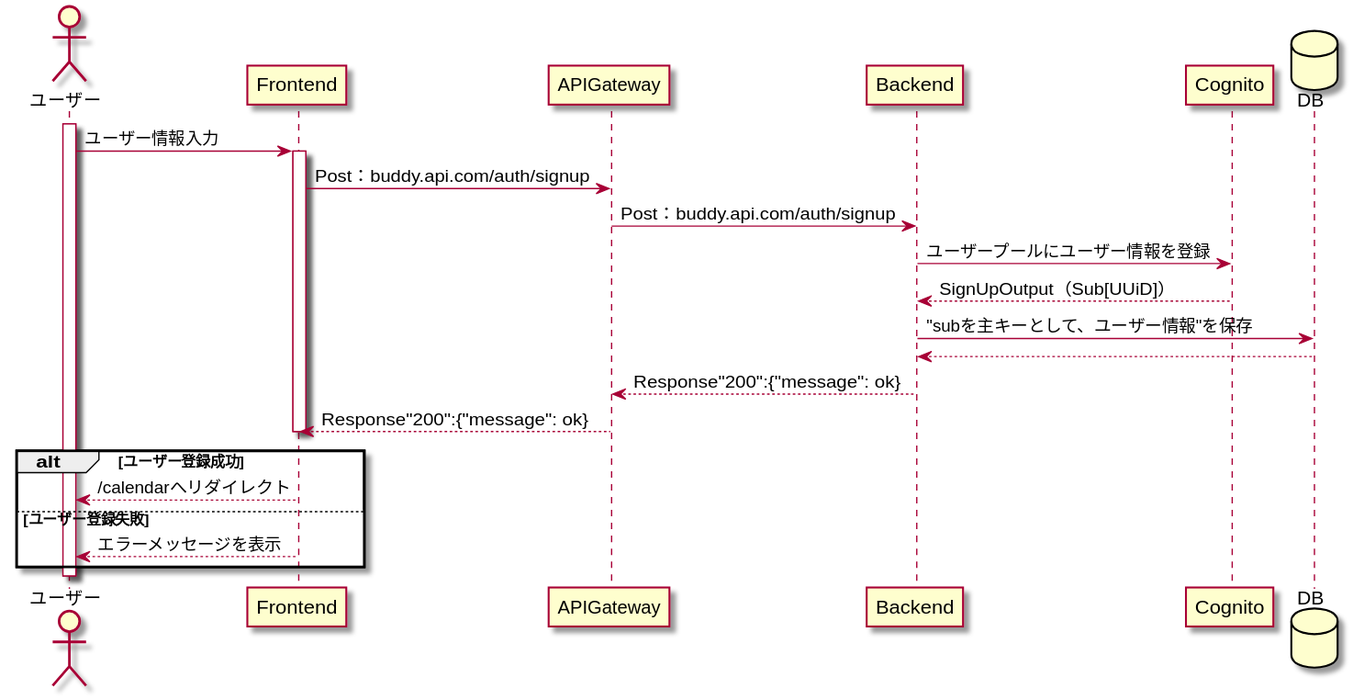
Fukuemon/buddy_design_docs keeps this PlantUML diagram as src/diagrams-svg/Sequence/Auth/SignUp.svg. Above is the earlier version.
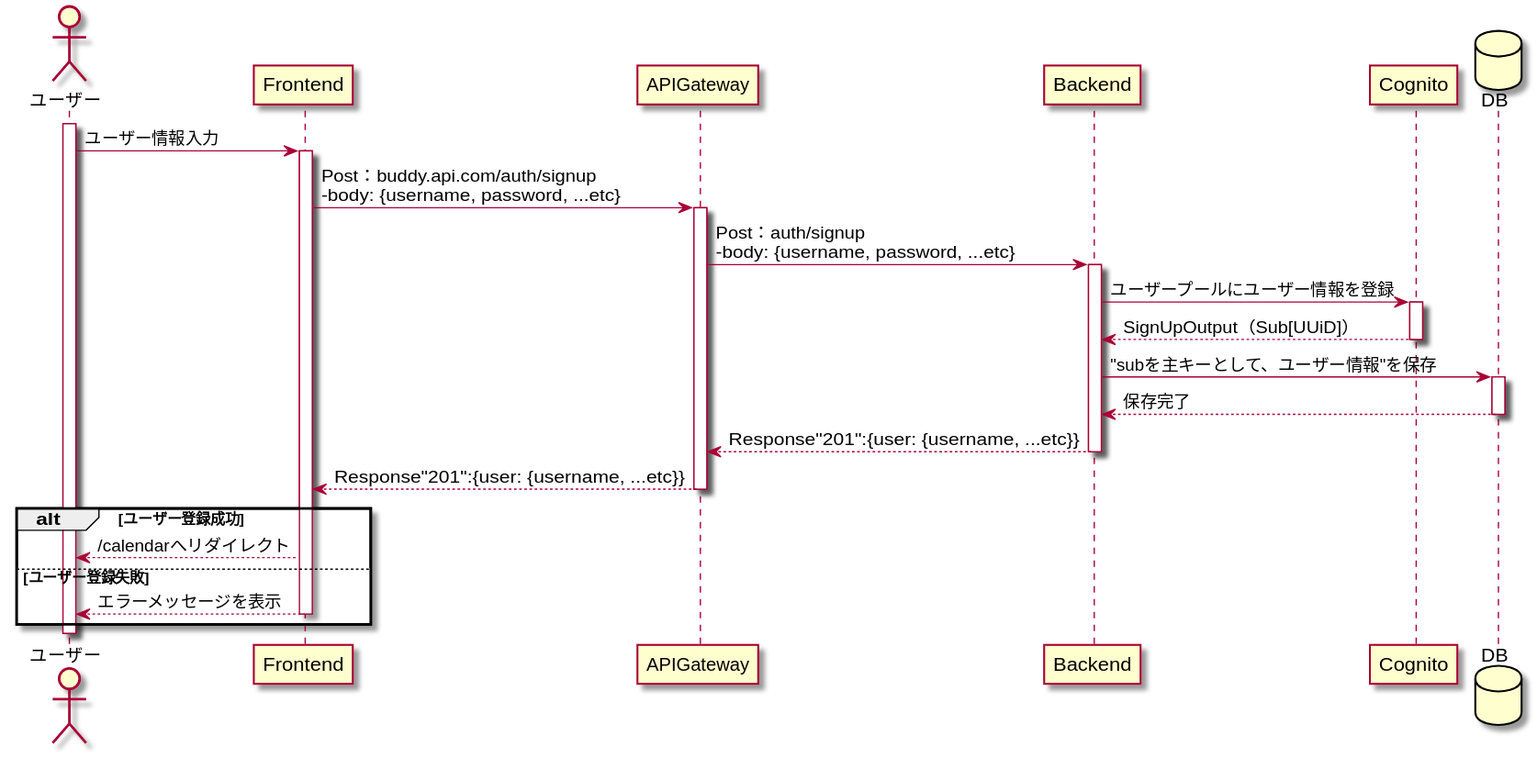
The same diagram one commit later.

What changed in the source:
```diff
@@ -9,19 +9,32 @@
 activate ユーザー
 ユーザー -> Front: ユーザー情報入力
 activate Front
-Front -> Gateway: Post：buddy.api.com/auth/signup
-Gateway -> Back: Post：buddy.api.com/auth/signup
+Front -> Gateway: Post：buddy.api.com/auth/signup \n-body: {username, password, ...etc}
+
+activate Gateway
+Gateway -> Back: Post：auth/signup \n-body: {username, password, ...etc}
+
+activate Back
 Back -> Cognito: ユーザープールにユーザー情報を登録
+
+activate Cognito
 Cognito --> Back: SignUpOutput（Sub[UUiD]）
+deactivate Cognito
+
 Back -> DB: "subを主キーとして、ユーザー情報"を保存
-DB --> Back
-Back --> Gateway: Response"200":{"message": ok}
-Gateway --> Front: Response"200":{"message": ok}
-deactivate Front
+activate DB
+DB --> Back: 保存完了
+deactivate DB
+
+Back --> Gateway: Response"201":{user: {username, ...etc}}
+deactivate Back
+Gateway --> Front: Response"201":{user: {username, ...etc}}
+deactivate Gateway
 alt ユーザー登録成功
   Front --> ユーザー: /calendarへリダイレクト
 else ユーザー登録失敗
   Front --> ユーザー: エラーメッセージを表示
+deactivate Front
 end
 deactivate ユーザー
 @enduml
```
